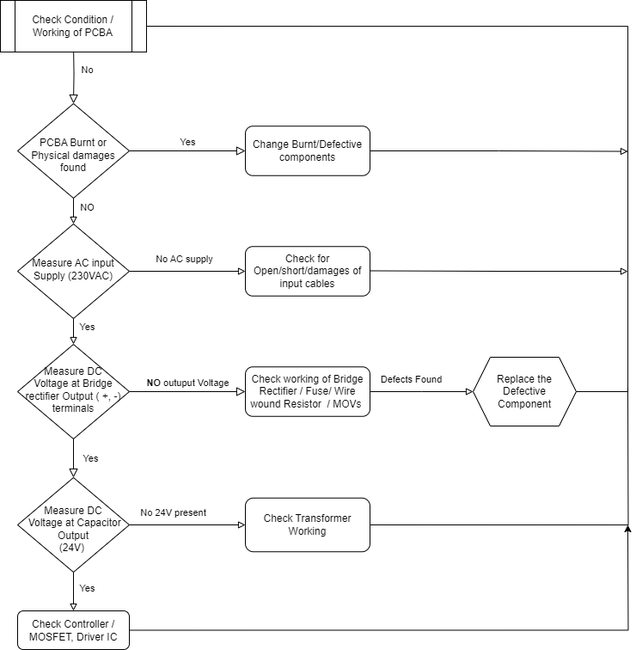
Above: Debug_Tree.png in Mohammedsaklain/TINA-TI (draw.io), before the change. Source tidied: cells renumbered, new cells last; positions are measured from the earlier drawing's top-left corner, leaving out a move shared by most shapes.
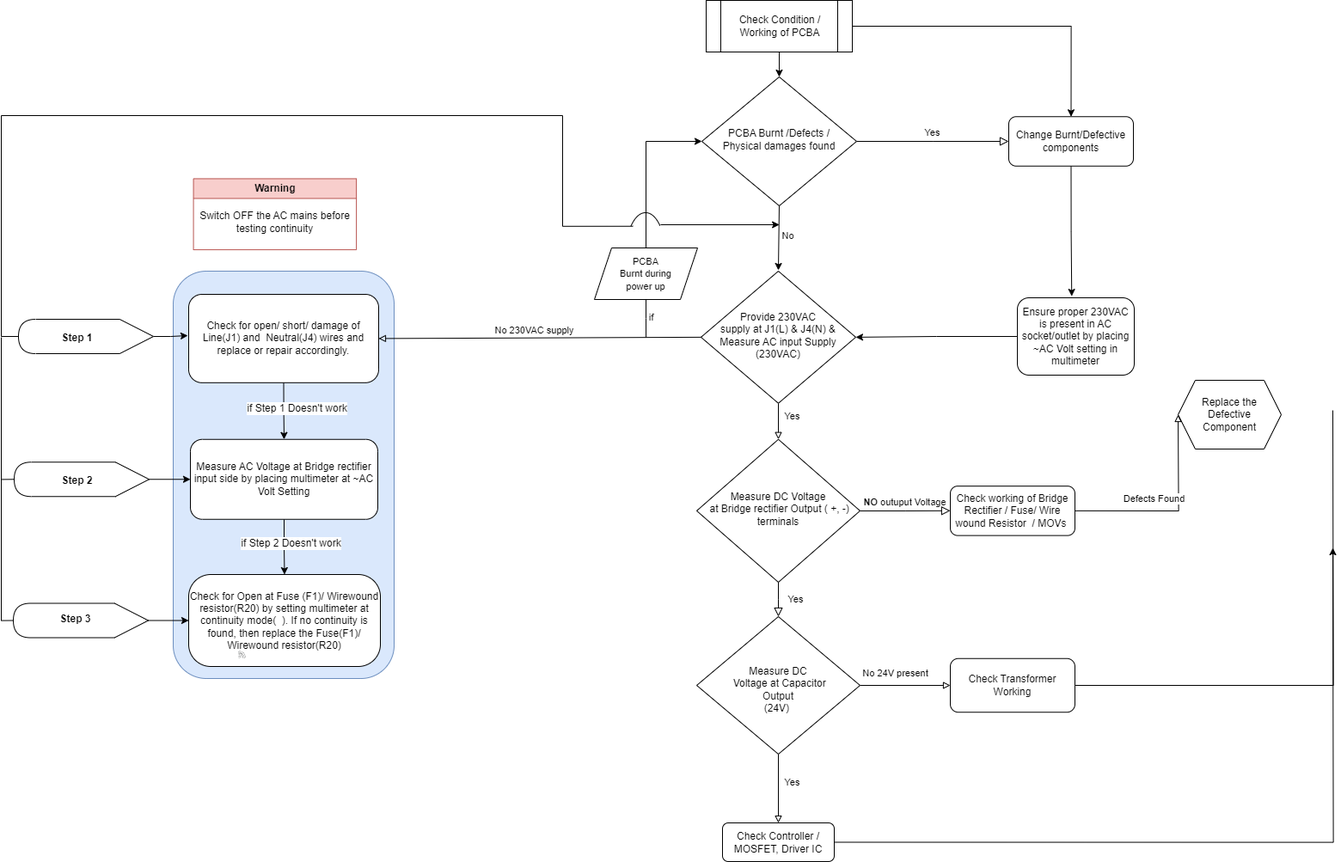
After the commit.

Diff of the diagram source:
```diff
@@ -4,2 +4,5 @@
     <mxCell id="1" parent="0" />
+    <mxCell id="35" style="rounded=1;whiteSpace=wrap;html=1;fillColor=#dae8fc;strokeColor=#6c8ebf;" parent="1" vertex="1">
+      <mxGeometry x="-619" y="288" width="257" height="474" as="geometry" />
+    </mxCell>
     <mxCell id="2" style="edgeStyle=orthogonalEdgeStyle;rounded=0;hachureGap=4;jettySize=auto;html=1;exitX=0.5;exitY=1;exitDx=0;exitDy=0;entryX=0.5;entryY=0;entryDx=0;entryDy=0;fontFamily=Architects Daughter;fontSource=https%3A%2F%2Ffonts.googleapis.com%2Fcss%3Ffamily%3DArchitects%2BDaughter;endArrow=block;endFill=0;" parent="1" edge="1" source="6" target="16">
@@ -12,23 +15,5 @@
     </mxCell>
-    <mxCell id="4" style="edgeStyle=orthogonalEdgeStyle;rounded=0;hachureGap=4;jettySize=auto;html=1;exitX=1;exitY=0.5;exitDx=0;exitDy=0;fontFamily=Architects Daughter;fontSource=https%3A%2F%2Ffonts.googleapis.com%2Fcss%3Ffamily%3DArchitects%2BDaughter;endArrow=block;endFill=0;entryX=0;entryY=0.5;entryDx=0;entryDy=0;" parent="1" edge="1" source="6" target="31">
-      <mxGeometry relative="1" as="geometry" />
-    </mxCell>
-    <mxCell id="5" value="No AC supply" style="edgeLabel;html=1;align=center;verticalAlign=middle;sketch=1;hachureGap=4;jiggle=2;curveFitting=1;fontFamily=Helvetica;" parent="4" vertex="1">
-      <mxGeometry x="-0.15" y="1" relative="1" as="geometry">
-        <mxPoint x="6" y="-14" as="offset" />
-      </mxGeometry>
-    </mxCell>
-    <mxCell id="6" value="Measure AC input Supply (230VAC)" style="rhombus;whiteSpace=wrap;html=1;shadow=0;fontFamily=Helvetica;fontSize=12;align=center;strokeWidth=1;spacing=6;spacingTop=-4;" parent="1" vertex="1">
-      <mxGeometry x="20" y="260" width="130" height="110" as="geometry" />
+    <mxCell id="6" value="Provide 230VAC &lt;br&gt;supply at J1(L) &amp;amp; J4(N) &amp;amp; Measure AC input Supply (230VAC)" style="rhombus;whiteSpace=wrap;html=1;shadow=0;fontFamily=Helvetica;fontSize=12;align=center;strokeWidth=1;spacing=6;spacingTop=-4;" parent="1" vertex="1">
+      <mxGeometry x="-5" y="288" width="180" height="153.8" as="geometry" />
     </mxCell>
-    <mxCell id="7" style="rounded=0;html=1;jettySize=auto;fontSize=11;endArrow=block;endFill=0;endSize=8;strokeWidth=1;shadow=0;labelBackgroundColor=none;edgeStyle=orthogonalEdgeStyle;" parent="1" edge="1" target="12">
-      <mxGeometry relative="1" as="geometry">
-        <mxPoint x="85" y="50" as="sourcePoint" />
-      </mxGeometry>
-    </mxCell>
-    <mxCell id="8" value="No" style="edgeLabel;html=1;align=center;verticalAlign=middle;" parent="7" vertex="1">
-      <mxGeometry x="-0.29" y="1" relative="1" as="geometry">
-        <mxPoint x="14" y="5" as="offset" />
-      </mxGeometry>
-    </mxCell>
     <mxCell id="9" value="Yes" style="edgeStyle=orthogonalEdgeStyle;rounded=0;html=1;jettySize=auto;fontSize=11;endArrow=block;endFill=0;endSize=8;strokeWidth=1;shadow=0;labelBackgroundColor=none;" parent="1" edge="1" source="12" target="14">
@@ -36,20 +21,10 @@
     </mxCell>
-    <mxCell id="10" style="edgeStyle=orthogonalEdgeStyle;rounded=0;hachureGap=4;jettySize=auto;html=1;exitX=0.5;exitY=1;exitDx=0;exitDy=0;entryX=0.5;entryY=0;entryDx=0;entryDy=0;fontFamily=Architects Daughter;fontSource=https%3A%2F%2Ffonts.googleapis.com%2Fcss%3Ffamily%3DArchitects%2BDaughter;endArrow=block;endFill=0;" parent="1" edge="1" source="12" target="6">
-      <mxGeometry relative="1" as="geometry" />
-    </mxCell>
-    <mxCell id="11" value="NO" style="edgeLabel;html=1;align=center;verticalAlign=middle;sketch=1;hachureGap=4;jiggle=2;curveFitting=1;fontFamily=Helvetica;" parent="10" vertex="1">
-      <mxGeometry x="-0.27" y="1" relative="1" as="geometry">
-        <mxPoint x="14" as="offset" />
-      </mxGeometry>
-    </mxCell>
-    <mxCell id="12" value="&lt;br&gt;PCBA Burnt or Physical damages found" style="rhombus;whiteSpace=wrap;html=1;shadow=0;fontFamily=Helvetica;fontSize=12;align=center;strokeWidth=1;spacing=6;spacingTop=-4;" parent="1" vertex="1">
-      <mxGeometry x="20" y="120" width="130" height="110" as="geometry" />
+    <mxCell id="12" value="PCBA Burnt /Defects / &lt;br&gt;Physical damages found" style="rhombus;whiteSpace=wrap;html=1;shadow=0;fontFamily=Helvetica;fontSize=12;align=center;strokeWidth=1;spacing=6;spacingTop=-4;" parent="1" vertex="1">
+      <mxGeometry x="-4" y="62" width="180" height="150" as="geometry" />
     </mxCell>
-    <mxCell id="13" style="edgeStyle=orthogonalEdgeStyle;rounded=0;jettySize=auto;html=1;exitX=1;exitY=0.5;exitDx=0;exitDy=0;endArrow=block;endFill=0;" parent="1" edge="1" source="14">
-      <mxGeometry relative="1" as="geometry">
-        <mxPoint x="730" y="175.6" as="targetPoint" />
-      </mxGeometry>
-    </mxCell>
+    <mxCell id="36" style="edgeStyle=orthogonalEdgeStyle;rounded=0;jettySize=auto;html=1;exitX=0.5;exitY=1;exitDx=0;exitDy=0;entryX=0.465;entryY=-0.021;entryDx=0;entryDy=0;entryPerimeter=0;" parent="1" edge="1" source="14" target="40">
+      <mxGeometry relative="1" as="geometry" />
+    </mxCell>
     <mxCell id="14" value="Change Burnt/Defective components" style="rounded=1;whiteSpace=wrap;html=1;fontSize=12;glass=0;strokeWidth=1;shadow=0;" parent="1" vertex="1">
-      <mxGeometry x="285" y="146.2" width="145" height="57.5" as="geometry" />
+      <mxGeometry x="353" y="108.2" width="145" height="57.5" as="geometry" />
     </mxCell>
@@ -58,4 +33,4 @@
     </mxCell>
-    <mxCell id="16" value="Measure DC Voltage&amp;nbsp;at Bridge rectifier Output ( +, -) terminals" style="rhombus;whiteSpace=wrap;html=1;shadow=0;fontFamily=Helvetica;fontSize=12;align=center;strokeWidth=1;spacing=6;spacingTop=-4;" parent="1" vertex="1">
-      <mxGeometry x="20" y="400" width="130" height="110" as="geometry" />
+    <mxCell id="16" value="Measure DC Voltage&lt;br&gt;&amp;nbsp;at Bridge rectifier Output ( +, -) terminals" style="rhombus;whiteSpace=wrap;html=1;shadow=0;fontFamily=Helvetica;fontSize=12;align=center;strokeWidth=1;spacing=6;spacingTop=-4;" parent="1" vertex="1">
+      <mxGeometry x="-10" y="483.8" width="190" height="166.2" as="geometry" />
     </mxCell>
@@ -72,3 +47,3 @@
     <mxCell id="19" value="Check working of Bridge Rectifier / Fuse/ Wire wound Resistor&amp;nbsp; / MOVs&amp;nbsp;" style="rounded=1;whiteSpace=wrap;html=1;fontSize=12;glass=0;strokeWidth=1;shadow=0;" parent="1" vertex="1">
-      <mxGeometry x="285" y="426.2" width="145" height="57.5" as="geometry" />
+      <mxGeometry x="285" y="538.1" width="145" height="57.5" as="geometry" />
     </mxCell>
@@ -91,3 +66,3 @@
     <mxCell id="24" value="&lt;br&gt;Measure DC&lt;br&gt;&amp;nbsp;Voltage at Capacitor&lt;br&gt;Output&lt;br&gt;(24V)&amp;nbsp;" style="rhombus;whiteSpace=wrap;html=1;shadow=0;fontFamily=Helvetica;fontSize=12;align=center;strokeWidth=1;spacing=6;spacingTop=-4;" parent="1" vertex="1">
-      <mxGeometry x="20" y="555" width="130" height="110" as="geometry" />
+      <mxGeometry x="-10" y="690" width="190" height="160" as="geometry" />
     </mxCell>
@@ -102,3 +77,3 @@
     <mxCell id="27" value="Check Transformer Working" style="rounded=1;whiteSpace=wrap;html=1;fontSize=12;glass=0;strokeWidth=1;shadow=0;" parent="1" vertex="1">
-      <mxGeometry x="285" y="578.8" width="145" height="62.5" as="geometry" />
+      <mxGeometry x="285" y="738.8" width="145" height="62.5" as="geometry" />
     </mxCell>
@@ -110,28 +85,157 @@
     <mxCell id="29" value="Check Controller / MOSFET, Driver IC" style="rounded=1;whiteSpace=wrap;html=1;fontSize=12;glass=0;strokeWidth=1;shadow=0;" parent="1" vertex="1">
-      <mxGeometry x="20" y="710" width="130" height="45" as="geometry" />
+      <mxGeometry x="20" y="930" width="130" height="45" as="geometry" />
     </mxCell>
-    <mxCell id="30" style="edgeStyle=orthogonalEdgeStyle;rounded=0;orthogonalLoop=1;jettySize=auto;html=1;exitX=1;exitY=0.5;exitDx=0;exitDy=0;endArrow=block;endFill=0;" parent="1" edge="1">
-      <mxGeometry relative="1" as="geometry">
-        <mxPoint x="430" y="314.5" as="sourcePoint" />
-        <mxPoint x="730" y="315" as="targetPoint" />
-      </mxGeometry>
-    </mxCell>
+    <mxCell id="33" value="Replace the&lt;br&gt;Defective&lt;br&gt;Component" style="shape=hexagon;perimeter=hexagonPerimeter2;whiteSpace=wrap;html=1;fixedSize=1;" parent="1" vertex="1">
+      <mxGeometry x="550" y="415" width="120" height="80" as="geometry" />
+    </mxCell>
+    <mxCell id="37" style="edgeStyle=orthogonalEdgeStyle;rounded=0;jettySize=auto;html=1;exitX=1;exitY=0.5;exitDx=0;exitDy=0;entryX=0.5;entryY=0;entryDx=0;entryDy=0;" parent="1" edge="1" source="34" target="14">
+      <mxGeometry relative="1" as="geometry" />
+    </mxCell>
+    <mxCell id="38" style="edgeStyle=orthogonalEdgeStyle;rounded=0;jettySize=auto;html=1;" parent="1" edge="1" source="34" target="12">
+      <mxGeometry relative="1" as="geometry" />
+    </mxCell>
+    <mxCell id="34" value="Check Condition / Working of PCBA" style="shape=process;whiteSpace=wrap;html=1;backgroundOutline=1;" parent="1" vertex="1">
+      <mxGeometry x="1" y="-27" width="170" height="60" as="geometry" />
+    </mxCell>
-    <mxCell id="31" value="Check for Open/short/damages of input cables" style="rounded=1;whiteSpace=wrap;html=1;fontSize=12;glass=0;strokeWidth=1;shadow=0;" parent="1" vertex="1">
-      <mxGeometry x="285" y="286.2" width="145" height="57.5" as="geometry" />
+    <mxCell id="31" value="Check for Open at Fuse (F1)/ Wirewound resistor(R20) by setting multimeter at continuity mode(&amp;nbsp; ). If no continuity is found, then replace the Fuse(F1)/ Wirewound resistor(R20)" style="rounded=1;whiteSpace=wrap;html=1;fontSize=12;glass=0;strokeWidth=1;shadow=0;arcSize=24;" parent="1" vertex="1">
+      <mxGeometry x="-601" y="641" width="223" height="107" as="geometry" />
     </mxCell>
-    <mxCell id="32" style="edgeStyle=orthogonalEdgeStyle;rounded=0;jettySize=auto;html=1;exitX=1;exitY=0.5;exitDx=0;exitDy=0;entryX=1;entryY=0.5;entryDx=0;entryDy=0;endArrow=block;endFill=0;" parent="1" edge="1" source="33">
-      <mxGeometry relative="1" as="geometry">
-        <mxPoint x="145" y="30" as="targetPoint" />
-        <Array as="points">
-          <mxPoint x="730" y="455" />
-          <mxPoint x="730" y="30" />
-        </Array>
-      </mxGeometry>
-    </mxCell>
-    <mxCell id="33" value="Replace the&lt;br&gt;Defective&lt;br&gt;Component" style="shape=hexagon;perimeter=hexagonPerimeter2;whiteSpace=wrap;html=1;fixedSize=1;" parent="1" vertex="1">
-      <mxGeometry x="550" y="415" width="120" height="80" as="geometry" />
-    </mxCell>
-    <mxCell id="34" value="Check Condition / Working of PCBA" style="shape=process;whiteSpace=wrap;html=1;backgroundOutline=1;" parent="1" vertex="1">
-      <mxGeometry width="170" height="60" as="geometry" />
-    </mxCell>
+    <mxCell id="39" style="edgeStyle=orthogonalEdgeStyle;rounded=0;jettySize=auto;html=1;entryX=1;entryY=0.5;entryDx=0;entryDy=0;" parent="1" edge="1" source="40" target="6">
+      <mxGeometry relative="1" as="geometry" />
+    </mxCell>
+    <mxCell id="40" value="Ensure proper 230VAC is present in AC socket/outlet by placing ~AC Volt setting in multimeter" style="rounded=1;whiteSpace=wrap;html=1;" parent="1" vertex="1">
+      <mxGeometry x="363" y="319" width="136" height="90" as="geometry" />
+    </mxCell>
+    <mxCell id="41" value="No 230VAC supply" style="edgeLabel;html=1;align=center;verticalAlign=middle;sketch=1;hachureGap=4;jiggle=2;curveFitting=1;fontFamily=Helvetica;" parent="1" vertex="1">
+      <mxGeometry x="-93" y="365.5" as="geometry">
+        <mxPoint x="-107" y="-10" as="offset" />
+      </mxGeometry>
+    </mxCell>
+    <mxCell id="42" style="edgeStyle=orthogonalEdgeStyle;rounded=0;jettySize=auto;html=1;exitX=0.5;exitY=0;exitDx=0;exitDy=0;entryX=0;entryY=0.5;entryDx=0;entryDy=0;" parent="1" edge="1" source="45" target="12">
+      <mxGeometry relative="1" as="geometry">
+        <Array as="points">
+          <mxPoint x="-69" y="266" />
+          <mxPoint x="-69" y="137" />
+        </Array>
+      </mxGeometry>
+    </mxCell>
+    <mxCell id="43" style="edgeStyle=orthogonalEdgeStyle;rounded=0;jettySize=auto;html=1;exitX=0.5;exitY=1;exitDx=0;exitDy=0;endArrow=none;endFill=0;" parent="1" edge="1" source="45">
+      <mxGeometry relative="1" as="geometry">
+        <mxPoint x="-69" y="365" as="targetPoint" />
+      </mxGeometry>
+    </mxCell>
+    <mxCell id="44" value="if" style="edgeLabel;html=1;align=center;verticalAlign=middle;" parent="43" vertex="1">
+      <mxGeometry x="-0.08" relative="1" as="geometry">
+        <mxPoint x="5" as="offset" />
+      </mxGeometry>
+    </mxCell>
+    <mxCell id="45" value="&lt;span style=&quot;font-size: 11px; text-wrap: nowrap; background-color: rgb(255, 255, 255);&quot;&gt;PCBA&lt;/span&gt;&lt;div&gt;&lt;span style=&quot;font-size: 11px; text-wrap: nowrap; background-color: rgb(255, 255, 255);&quot;&gt;Burnt during&lt;/span&gt;&lt;div&gt;&lt;span style=&quot;font-size: 11px; text-wrap: nowrap; background-color: rgb(255, 255, 255);&quot;&gt;power up&lt;/span&gt;&lt;/div&gt;&lt;/div&gt;" style="shape=parallelogram;perimeter=parallelogramPerimeter;whiteSpace=wrap;html=1;fixedSize=1;" parent="1" vertex="1">
+      <mxGeometry x="-129" y="261" width="120" height="60" as="geometry" />
+    </mxCell>
+    <mxCell id="46" value="Warning" style="swimlane;horizontal=0;whiteSpace=wrap;html=1;rotation=90;fillColor=#f8cecc;strokeColor=#b85450;" parent="1" vertex="1">
+      <mxGeometry x="-542" y="127" width="82.7" height="189.5" as="geometry" />
+    </mxCell>
+    <mxCell id="47" value="Switch OFF the AC mains before&lt;br&gt;&lt;span style=&quot;background-color: initial;&quot;&gt;testing&amp;nbsp;&lt;/span&gt;&lt;span style=&quot;background-color: initial;&quot;&gt;continuity&lt;/span&gt;" style="text;html=1;align=center;verticalAlign=middle;strokeColor=none;fillColor=none;" parent="46" vertex="1">
+      <mxGeometry x="-58.7" y="83.8" width="200" height="40" as="geometry" />
+    </mxCell>
+    <mxCell id="48" style="edgeStyle=orthogonalEdgeStyle;rounded=0;jettySize=auto;html=1;exitX=0.5;exitY=1;exitDx=0;exitDy=0;entryX=0.5;entryY=0;entryDx=0;entryDy=0;" parent="1" edge="1" source="50" target="55">
+      <mxGeometry relative="1" as="geometry" />
+    </mxCell>
+    <mxCell id="49" value="&lt;font style=&quot;font-size: 12px;&quot;&gt;if Step 1 Doesn't work&lt;/font&gt;" style="edgeLabel;html=1;align=center;verticalAlign=middle;" parent="48" vertex="1">
+      <mxGeometry x="-0.27" y="-1" relative="1" as="geometry">
+        <mxPoint x="15" y="5" as="offset" />
+      </mxGeometry>
+    </mxCell>
+    <mxCell id="50" value="Check for open/ short/ damage of Line(J1) and&amp;nbsp; Neutral(J4) wires and replace or repair accordingly." style="rounded=1;whiteSpace=wrap;html=1;" parent="1" vertex="1">
+      <mxGeometry x="-601" y="315" width="221" height="102.8" as="geometry" />
+    </mxCell>
+    <mxCell id="51" style="sketch=0;shadow=0;dashed=0;html=1;strokeColor=none;fillColor=#434445;labelPosition=center;verticalLabelPosition=bottom;verticalAlign=top;align=center;shape=mxgraph.vvd.wi_fi;" parent="1" vertex="1">
+      <mxGeometry x="-543" y="730" width="8" height="8" as="geometry" />
+    </mxCell>
+    <mxCell id="52" style="verticalLabelPosition=bottom;verticalAlign=top;html=1;shape=mxgraph.basic.arc;startAngle=0.8783384251790337;endAngle=0.12038810453060332;" parent="1" vertex="1">
+      <mxGeometry x="-94" y="220" width="49" height="111" as="geometry" />
+    </mxCell>
+    <mxCell id="53" style="endArrow=classic;html=1;rounded=0;exitX=0.857;exitY=0.126;exitDx=0;exitDy=0;exitPerimeter=0;" parent="1" edge="1" source="52">
+      <mxGeometry relative="1" as="geometry">
+        <mxPoint x="86.1" y="234" as="targetPoint" />
+      </mxGeometry>
+    </mxCell>
+    <mxCell id="54" style="edgeStyle=orthogonalEdgeStyle;rounded=0;jettySize=auto;html=1;exitX=0.5;exitY=1;exitDx=0;exitDy=0;entryX=0.5;entryY=0;entryDx=0;entryDy=0;" parent="1" edge="1" source="55" target="31">
+      <mxGeometry relative="1" as="geometry" />
+    </mxCell>
+    <mxCell id="55" value="Measure AC Voltage at Bridge rectifier input side by placing multimeter at ~AC Volt Setting" style="rounded=1;whiteSpace=wrap;html=1;" parent="1" vertex="1">
+      <mxGeometry x="-599" y="483.8" width="218" height="93" as="geometry" />
+    </mxCell>
+    <mxCell id="56" style="endArrow=classic;html=1;rounded=0;exitX=0.5;exitY=1;exitDx=0;exitDy=0;" parent="1" edge="1" source="12">
+      <mxGeometry relative="1" as="geometry">
+        <mxPoint x="85" y="287" as="targetPoint" />
+      </mxGeometry>
+    </mxCell>
+    <mxCell id="8" value="No" style="edgeLabel;html=1;align=center;verticalAlign=middle;" parent="56" vertex="1">
+      <mxGeometry x="-0.13" y="-1" relative="1" as="geometry">
+        <mxPoint x="10" y="2" as="offset" />
+      </mxGeometry>
+    </mxCell>
+    <mxCell id="57" style="endArrow=none;html=1;rounded=0;entryX=0;entryY=0.5;entryDx=0;entryDy=0;exitX=1;exitY=0.5;exitDx=0;exitDy=0;startArrow=block;startFill=0;" parent="1" edge="1" source="50" target="6">
+      <mxGeometry relative="1" as="geometry" />
+    </mxCell>
+    <mxCell id="58" style="edgeStyle=orthogonalEdgeStyle;rounded=0;jettySize=auto;html=1;exitX=0;exitY=0.5;exitDx=0;exitDy=0;exitPerimeter=0;" parent="1" edge="1" source="59">
+      <mxGeometry relative="1" as="geometry">
+        <mxPoint x="-602" y="363" as="targetPoint" />
+      </mxGeometry>
+    </mxCell>
+    <mxCell id="59" style="shape=display;whiteSpace=wrap;html=1;rotation=180;" parent="1" vertex="1">
+      <mxGeometry x="-799" y="344" width="157" height="40" as="geometry" />
+    </mxCell>
+    <mxCell id="60" style="edgeStyle=orthogonalEdgeStyle;rounded=0;jettySize=auto;html=1;exitX=0;exitY=0.5;exitDx=0;exitDy=0;exitPerimeter=0;entryX=0;entryY=0.5;entryDx=0;entryDy=0;" parent="1" edge="1" source="62" target="55">
+      <mxGeometry relative="1" as="geometry" />
+    </mxCell>
+    <mxCell id="61" style="edgeStyle=orthogonalEdgeStyle;rounded=0;jettySize=auto;html=1;exitX=1;exitY=0.5;exitDx=0;exitDy=0;exitPerimeter=0;endArrow=none;endFill=0;" parent="1" edge="1" source="62">
+      <mxGeometry relative="1" as="geometry">
+        <mxPoint x="-820" y="365" as="targetPoint" />
+        <Array as="points">
+          <mxPoint x="-819" y="530" />
+          <mxPoint x="-819" y="365" />
+        </Array>
+      </mxGeometry>
+    </mxCell>
+    <mxCell id="62" style="shape=display;whiteSpace=wrap;html=1;rotation=180;" parent="1" vertex="1">
+      <mxGeometry x="-804" y="510.2" width="157" height="40" as="geometry" />
+    </mxCell>
+    <mxCell id="63" value="&lt;b&gt;Step 1&lt;/b&gt;" style="text;html=1;align=center;verticalAlign=middle;strokeColor=none;fillColor=none;" parent="1" vertex="1">
+      <mxGeometry x="-759" y="352" width="55" height="27" as="geometry" />
+    </mxCell>
+    <mxCell id="64" value="&lt;b&gt;Step 2&lt;/b&gt;" style="text;html=1;align=center;verticalAlign=middle;strokeColor=none;fillColor=none;" parent="1" vertex="1">
+      <mxGeometry x="-759" y="518.6" width="55" height="27" as="geometry" />
+    </mxCell>
+    <mxCell id="65" style="edgeStyle=orthogonalEdgeStyle;rounded=0;jettySize=auto;html=1;entryX=0;entryY=0.5;entryDx=0;entryDy=0;" parent="1" edge="1" source="67" target="31">
+      <mxGeometry relative="1" as="geometry" />
+    </mxCell>
+    <mxCell id="66" style="edgeStyle=orthogonalEdgeStyle;rounded=0;jettySize=auto;html=1;exitX=1;exitY=0.5;exitDx=0;exitDy=0;exitPerimeter=0;endArrow=none;endFill=0;" parent="1" edge="1" source="67">
+      <mxGeometry relative="1" as="geometry">
+        <mxPoint x="-819" y="530" as="targetPoint" />
+        <Array as="points">
+          <mxPoint x="-819" y="695" />
+        </Array>
+      </mxGeometry>
+    </mxCell>
+    <mxCell id="67" style="shape=display;whiteSpace=wrap;html=1;rotation=180;" parent="1" vertex="1">
+      <mxGeometry x="-805" y="674.5" width="157" height="40" as="geometry" />
+    </mxCell>
+    <mxCell id="68" value="&lt;b&gt;Step 3&lt;/b&gt;" style="text;html=1;align=center;verticalAlign=middle;strokeColor=none;fillColor=none;" parent="1" vertex="1">
+      <mxGeometry x="-761" y="679" width="55" height="27" as="geometry" />
+    </mxCell>
+    <mxCell id="69" value="&lt;font style=&quot;font-size: 12px;&quot;&gt;if Step 2 Doesn't work&lt;/font&gt;" style="edgeLabel;html=1;align=center;verticalAlign=middle;" parent="1" vertex="1">
+      <mxGeometry x="-483" y="604" as="geometry" />
+    </mxCell>
+    <mxCell id="70" style="edgeStyle=orthogonalEdgeStyle;rounded=0;jettySize=auto;html=1;exitX=1;exitY=0.5;exitDx=0;exitDy=0;exitPerimeter=0;entryX=0.201;entryY=0.142;entryDx=0;entryDy=0;entryPerimeter=0;endArrow=none;endFill=0;" parent="1" edge="1" source="59" target="52">
+      <mxGeometry relative="1" as="geometry">
+        <Array as="points">
+          <mxPoint x="-819" y="364" />
+          <mxPoint x="-819" y="107" />
+          <mxPoint x="-166" y="107" />
+          <mxPoint x="-166" y="236" />
+        </Array>
+      </mxGeometry>
+    </mxCell>
   </root>
```
